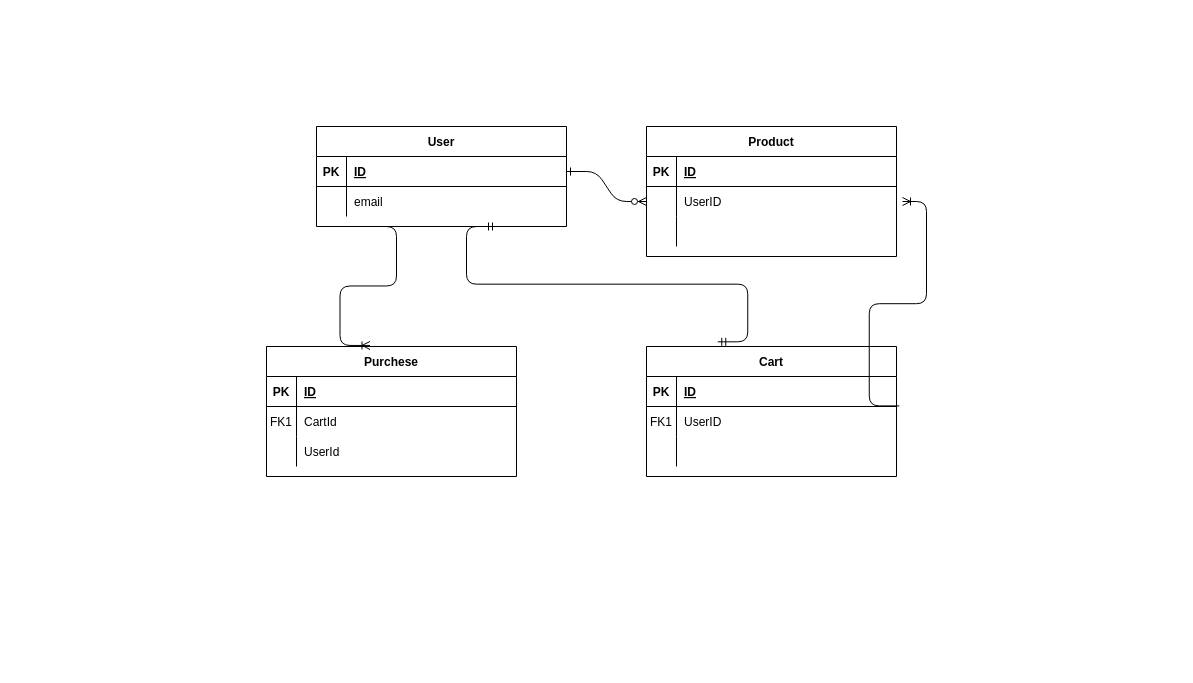
ErfanAbedinpour/onlineShop keeps this draw.io diagram as doc/Relation.drawio. Above is the earlier version. Source tidied: cells renumbered, new cells numbered last; positions are measured from the earlier drawing's top-left corner, leaving out a move shared by most shapes. Both pictures are drawn from the tidied source at 100%, with x=0, y=0 at pixel (266, 126).
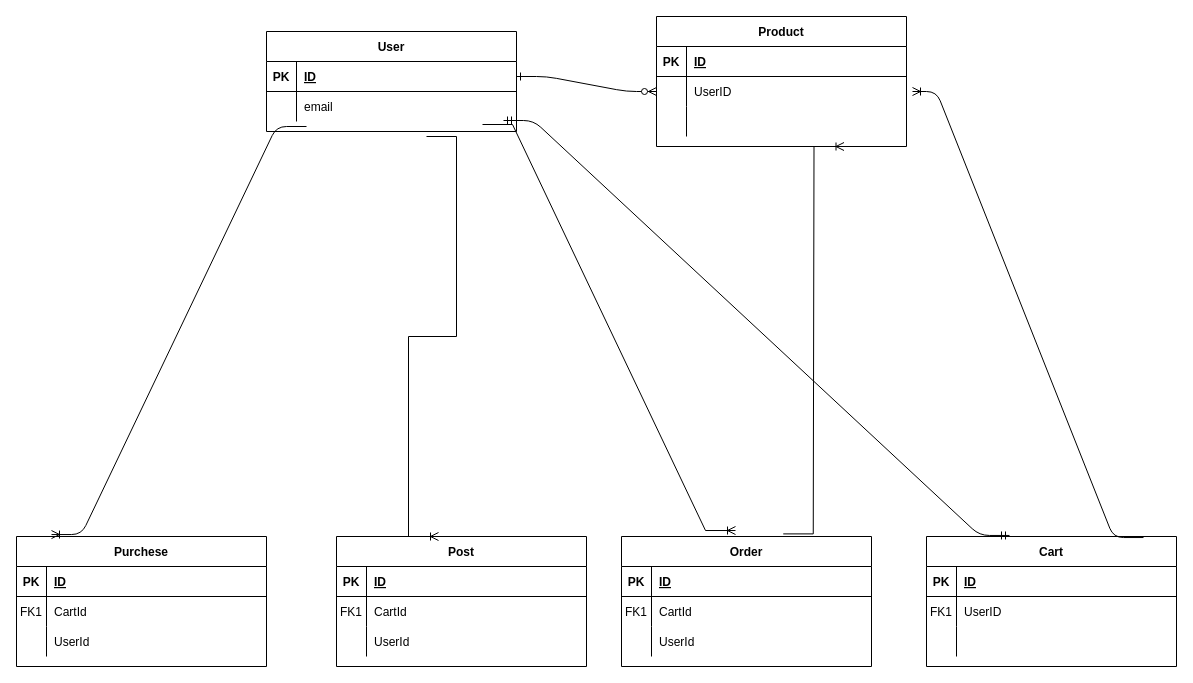
The same page after the edit.

Unchanged cells that the change refers to:
```xml
<mxCell id="7" style="shape=partialRectangle;fillColor=none;points=[[0,0.5],[1,0.5]];portConstraint=eastwest;top=0;left=0;right=0;bottom=0;" parent="3" vertex="1">
  <mxGeometry y="60" width="250" height="30" as="geometry" />
</mxCell>
<mxCell id="17" style="shape=partialRectangle;fillColor=none;points=[[0,0.5],[1,0.5]];portConstraint=eastwest;top=0;left=0;right=0;bottom=0;" parent="13" vertex="1">
  <mxGeometry y="60" width="250" height="30" as="geometry" />
</mxCell>
<mxCell id="27" style="shape=partialRectangle;fillColor=none;points=[[0,0.5],[1,0.5]];portConstraint=eastwest;top=0;left=0;right=0;bottom=0;" parent="23" vertex="1">
  <mxGeometry y="60" width="250" height="30" as="geometry" />
</mxCell>
```

Diff of the diagram source:
```diff
@@
     <mxCell id="3" value="Product" style="shape=table;startSize=30;childLayout=tableLayout;rowLines=0;fontStyle=1;align=center;" parent="1" vertex="1">
-      <mxGeometry x="380" width="250" height="130" as="geometry" />
+      <mxGeometry x="390" y="-110" width="250" height="130" as="geometry" />
     </mxCell>
@@
     <mxCell id="13" value="Cart" style="shape=table;startSize=30;childLayout=tableLayout;rowLines=0;fontStyle=1;align=center;" parent="1" vertex="1">
-      <mxGeometry x="380" y="220" width="250" height="130" as="geometry" />
+      <mxGeometry x="660" y="410" width="250" height="130" as="geometry" />
     </mxCell>
@@
     <mxCell id="23" value="User" style="shape=table;startSize=30;childLayout=tableLayout;rowLines=0;fontStyle=1;align=center;" parent="1" vertex="1">
-      <mxGeometry x="50" width="250" height="100" as="geometry" />
+      <mxGeometry y="-95" width="250" height="100" as="geometry" />
     </mxCell>
@@
     <mxCell id="30" value="Purchese" style="shape=table;startSize=30;childLayout=tableLayout;rowLines=0;fontStyle=1;align=center;" parent="1" vertex="1">
-      <mxGeometry y="220" width="250" height="130" as="geometry" />
+      <mxGeometry x="-250" y="410" width="250" height="130" as="geometry" />
     </mxCell>
@@
-    <mxCell id="40" style="edgeStyle=entityRelationEdgeStyle;fontSize=12;html=1;endArrow=ERoneToMany;rounded=1;shadow=0;strokeColor=default;align=center;verticalAlign=middle;fontFamily=Helvetica;fontColor=default;labelBackgroundColor=default;targetPerimeterSpacing=6;exitX=1.011;exitY=-0.02;exitDx=0;exitDy=0;exitPerimeter=0;" parent="1" edge="1" source="17" target="7">
+    <mxCell id="40" style="edgeStyle=entityRelationEdgeStyle;fontSize=12;html=1;endArrow=ERoneToMany;rounded=1;shadow=0;strokeColor=default;align=center;verticalAlign=middle;fontFamily=Helvetica;fontColor=default;labelBackgroundColor=default;targetPerimeterSpacing=6;exitX=0.868;exitY=0.008;exitDx=0;exitDy=0;exitPerimeter=0;" parent="1" edge="1" source="13" target="7">
       <mxGeometry relative="1" as="geometry">
         <Array as="points">
+          <mxPoint x="743" y="410" />
+          <mxPoint x="750" y="410" />
           <mxPoint x="640" y="280" />
           <mxPoint x="620" y="150" />
           <mxPoint x="650" y="220" />
           <mxPoint x="650" y="177" />
         </Array>
       </mxGeometry>
     </mxCell>
-    <mxCell id="41" style="edgeStyle=entityRelationEdgeStyle;fontSize=12;html=1;endArrow=ERmandOne;startArrow=ERmandOne;rounded=1;shadow=0;strokeColor=default;align=center;verticalAlign=middle;fontFamily=Helvetica;fontColor=default;labelBackgroundColor=default;targetPerimeterSpacing=6;exitX=0.285;exitY=-0.036;exitDx=0;exitDy=0;exitPerimeter=0;" parent="1" edge="1" source="13">
+    <mxCell id="41" style="edgeStyle=entityRelationEdgeStyle;fontSize=12;html=1;endArrow=ERmandOne;startArrow=ERmandOne;rounded=1;shadow=0;strokeColor=default;align=center;verticalAlign=middle;fontFamily=Helvetica;fontColor=default;labelBackgroundColor=default;targetPerimeterSpacing=6;exitX=0.332;exitY=-0.008;exitDx=0;exitDy=0;exitPerimeter=0;entryX=0.948;entryY=0.967;entryDx=0;entryDy=0;entryPerimeter=0;" parent="1" edge="1" source="13" target="27">
       <mxGeometry relative="1" as="geometry">
-        <mxPoint x="230" y="100" as="targetPoint" />
         <Array as="points">
-          <mxPoint x="370" y="240" />
+          <mxPoint x="388.8" y="240" />
+          <mxPoint x="570" y="310" />
+          <mxPoint x="620" y="300" />
+          <mxPoint x="240" y="110" />
+          <mxPoint x="238.8" y="60" />
         </Array>
       </mxGeometry>
     </mxCell>
-    <mxCell id="42" style="edgeStyle=entityRelationEdgeStyle;fontSize=12;html=1;endArrow=ERoneToMany;rounded=1;shadow=0;strokeColor=default;align=center;verticalAlign=middle;fontFamily=Helvetica;fontColor=default;labelBackgroundColor=default;targetPerimeterSpacing=6;entryX=0.414;entryY=-0.008;entryDx=0;entryDy=0;entryPerimeter=0;" parent="1" edge="1" target="30">
-      <mxGeometry relative="1" as="geometry">
-        <mxPoint x="100" y="100" as="sourcePoint" />
-      </mxGeometry>
+    <mxCell id="42" style="edgeStyle=entityRelationEdgeStyle;fontSize=12;html=1;endArrow=ERoneToMany;rounded=1;shadow=0;strokeColor=default;align=center;verticalAlign=middle;fontFamily=Helvetica;fontColor=default;labelBackgroundColor=default;targetPerimeterSpacing=6;entryX=0.14;entryY=-0.015;entryDx=0;entryDy=0;entryPerimeter=0;exitX=0.16;exitY=1.167;exitDx=0;exitDy=0;exitPerimeter=0;" parent="1" edge="1" source="27" target="30">
+      <mxGeometry relative="1" as="geometry" />
     </mxCell>
+    <mxCell id="43" value="Post" style="shape=table;startSize=30;childLayout=tableLayout;rowLines=0;fontStyle=1;align=center;" parent="1" vertex="1">
+      <mxGeometry x="70" y="410" width="250" height="130" as="geometry" />
+    </mxCell>
+    <mxCell id="44" style="shape=partialRectangle;fillColor=none;top=0;left=0;right=0;bottom=1;" parent="43" vertex="1">
+      <mxGeometry y="30" width="250" height="30" as="geometry" />
+    </mxCell>
+    <mxCell id="45" value="PK" style="shape=partialRectangle;overflow=hidden;fillColor=none;top=0;left=0;bottom=0;right=0;fontStyle=1;" parent="44" vertex="1">
+      <mxGeometry width="30" height="30" as="geometry" />
+    </mxCell>
+    <mxCell id="46" value="ID" style="shape=partialRectangle;overflow=hidden;fillColor=none;top=0;left=0;bottom=0;right=0;align=left;spacingLeft=6;fontStyle=5;" parent="44" vertex="1">
+      <mxGeometry x="30" width="220" height="30" as="geometry" />
+    </mxCell>
+    <mxCell id="47" style="shape=partialRectangle;fillColor=none;top=0;left=0;right=0;bottom=0;" parent="43" vertex="1">
+      <mxGeometry y="60" width="250" height="30" as="geometry" />
+    </mxCell>
+    <mxCell id="48" value="FK1" style="shape=partialRectangle;overflow=hidden;fillColor=none;top=0;left=0;bottom=0;right=0;" parent="47" vertex="1">
+      <mxGeometry width="30" height="30" as="geometry" />
+    </mxCell>
+    <mxCell id="49" value="CartId" style="shape=partialRectangle;overflow=hidden;fillColor=none;top=0;left=0;bottom=0;right=0;align=left;spacingLeft=6;" parent="47" vertex="1">
+      <mxGeometry x="30" width="220" height="30" as="geometry" />
+    </mxCell>
+    <mxCell id="50" style="shape=partialRectangle;fillColor=none;top=0;left=0;right=0;bottom=0;" parent="43" vertex="1">
+      <mxGeometry y="90" width="250" height="30" as="geometry" />
+    </mxCell>
+    <mxCell id="51" style="shape=partialRectangle;overflow=hidden;fillColor=none;top=0;left=0;bottom=0;right=0;" parent="50" vertex="1">
+      <mxGeometry width="30" height="30" as="geometry" />
+    </mxCell>
+    <mxCell id="52" value="UserId" style="shape=partialRectangle;overflow=hidden;fillColor=none;top=0;left=0;bottom=0;right=0;align=left;spacingLeft=6;" parent="50" vertex="1">
+      <mxGeometry x="30" width="220" height="30" as="geometry" />
+    </mxCell>
+    <mxCell id="53" value="Order" style="shape=table;startSize=30;childLayout=tableLayout;rowLines=0;fontStyle=1;align=center;" parent="1" vertex="1">
+      <mxGeometry x="355" y="410" width="250" height="130" as="geometry" />
+    </mxCell>
+    <mxCell id="54" style="shape=partialRectangle;fillColor=none;top=0;left=0;right=0;bottom=1;" parent="53" vertex="1">
+      <mxGeometry y="30" width="250" height="30" as="geometry" />
+    </mxCell>
+    <mxCell id="55" value="PK" style="shape=partialRectangle;overflow=hidden;fillColor=none;top=0;left=0;bottom=0;right=0;fontStyle=1;" parent="54" vertex="1">
+      <mxGeometry width="30" height="30" as="geometry" />
+    </mxCell>
+    <mxCell id="56" value="ID" style="shape=partialRectangle;overflow=hidden;fillColor=none;top=0;left=0;bottom=0;right=0;align=left;spacingLeft=6;fontStyle=5;" parent="54" vertex="1">
+      <mxGeometry x="30" width="220" height="30" as="geometry" />
+    </mxCell>
+    <mxCell id="57" style="shape=partialRectangle;fillColor=none;top=0;left=0;right=0;bottom=0;" parent="53" vertex="1">
+      <mxGeometry y="60" width="250" height="30" as="geometry" />
+    </mxCell>
+    <mxCell id="58" value="FK1" style="shape=partialRectangle;overflow=hidden;fillColor=none;top=0;left=0;bottom=0;right=0;" parent="57" vertex="1">
+      <mxGeometry width="30" height="30" as="geometry" />
+    </mxCell>
+    <mxCell id="59" value="CartId" style="shape=partialRectangle;overflow=hidden;fillColor=none;top=0;left=0;bottom=0;right=0;align=left;spacingLeft=6;" parent="57" vertex="1">
+      <mxGeometry x="30" width="220" height="30" as="geometry" />
+    </mxCell>
+    <mxCell id="60" style="shape=partialRectangle;fillColor=none;top=0;left=0;right=0;bottom=0;" parent="53" vertex="1">
+      <mxGeometry y="90" width="250" height="30" as="geometry" />
+    </mxCell>
+    <mxCell id="61" style="shape=partialRectangle;overflow=hidden;fillColor=none;top=0;left=0;bottom=0;right=0;" parent="60" vertex="1">
+      <mxGeometry width="30" height="30" as="geometry" />
+    </mxCell>
+    <mxCell id="62" value="UserId" style="shape=partialRectangle;overflow=hidden;fillColor=none;top=0;left=0;bottom=0;right=0;align=left;spacingLeft=6;" parent="60" vertex="1">
+      <mxGeometry x="30" width="220" height="30" as="geometry" />
+    </mxCell>
+    <mxCell id="63" style="edgeStyle=entityRelationEdgeStyle;fontSize=12;html=1;endArrow=ERoneToMany;rounded=0;entryX=0.408;entryY=0;entryDx=0;entryDy=0;entryPerimeter=0;" parent="1" edge="1" target="43">
+      <mxGeometry relative="1" as="geometry">
+        <mxPoint x="160" y="10" as="sourcePoint" />
+      </mxGeometry>
+    </mxCell>
+    <mxCell id="64" style="edgeStyle=entityRelationEdgeStyle;fontSize=12;html=1;endArrow=ERoneToMany;rounded=0;entryX=0.456;entryY=-0.046;entryDx=0;entryDy=0;entryPerimeter=0;exitX=0.864;exitY=1.1;exitDx=0;exitDy=0;exitPerimeter=0;" parent="1" edge="1" source="27" target="53">
+      <mxGeometry relative="1" as="geometry" />
+    </mxCell>
+    <mxCell id="65" style="edgeStyle=entityRelationEdgeStyle;fontSize=12;html=1;endArrow=ERoneToMany;rounded=0;exitX=0.647;exitY=-0.02;exitDx=0;exitDy=0;exitPerimeter=0;entryX=0.75;entryY=1;entryDx=0;entryDy=0;" parent="1" edge="1" source="53" target="3">
+      <mxGeometry relative="1" as="geometry" />
+    </mxCell>
```
